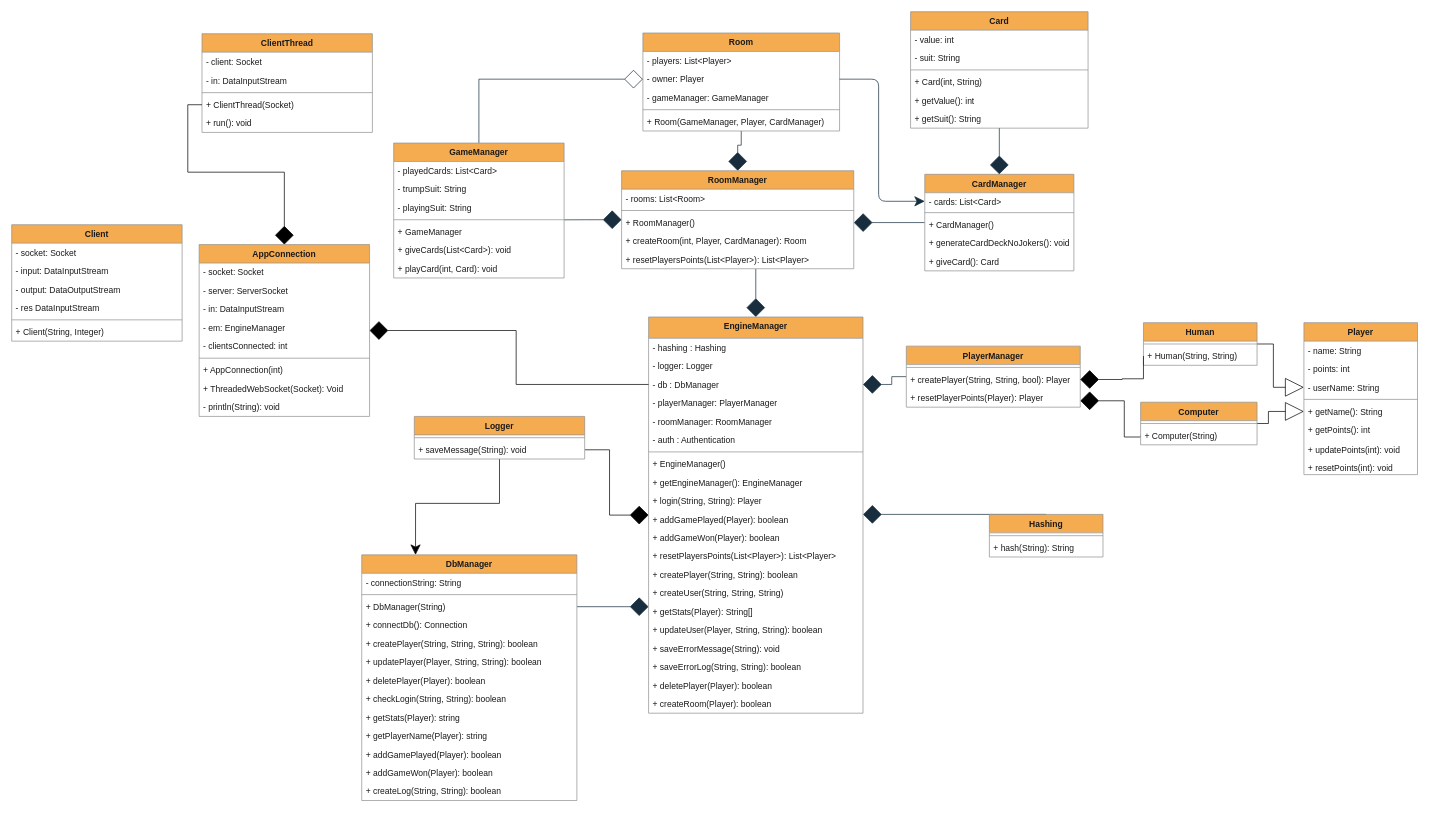
This is Diagrammer/Filer/Klasse Diagram.drawio from Olivervesth/KortKlubben, a draw.io file, before an edit. Source tidied: cells renumbered, new cells numbered last; positions are measured from the earlier drawing's top-left corner, leaving out a move shared by most shapes. Both pictures are drawn from the tidied source at 71%, with x=0, y=0 at pixel (11, 11).
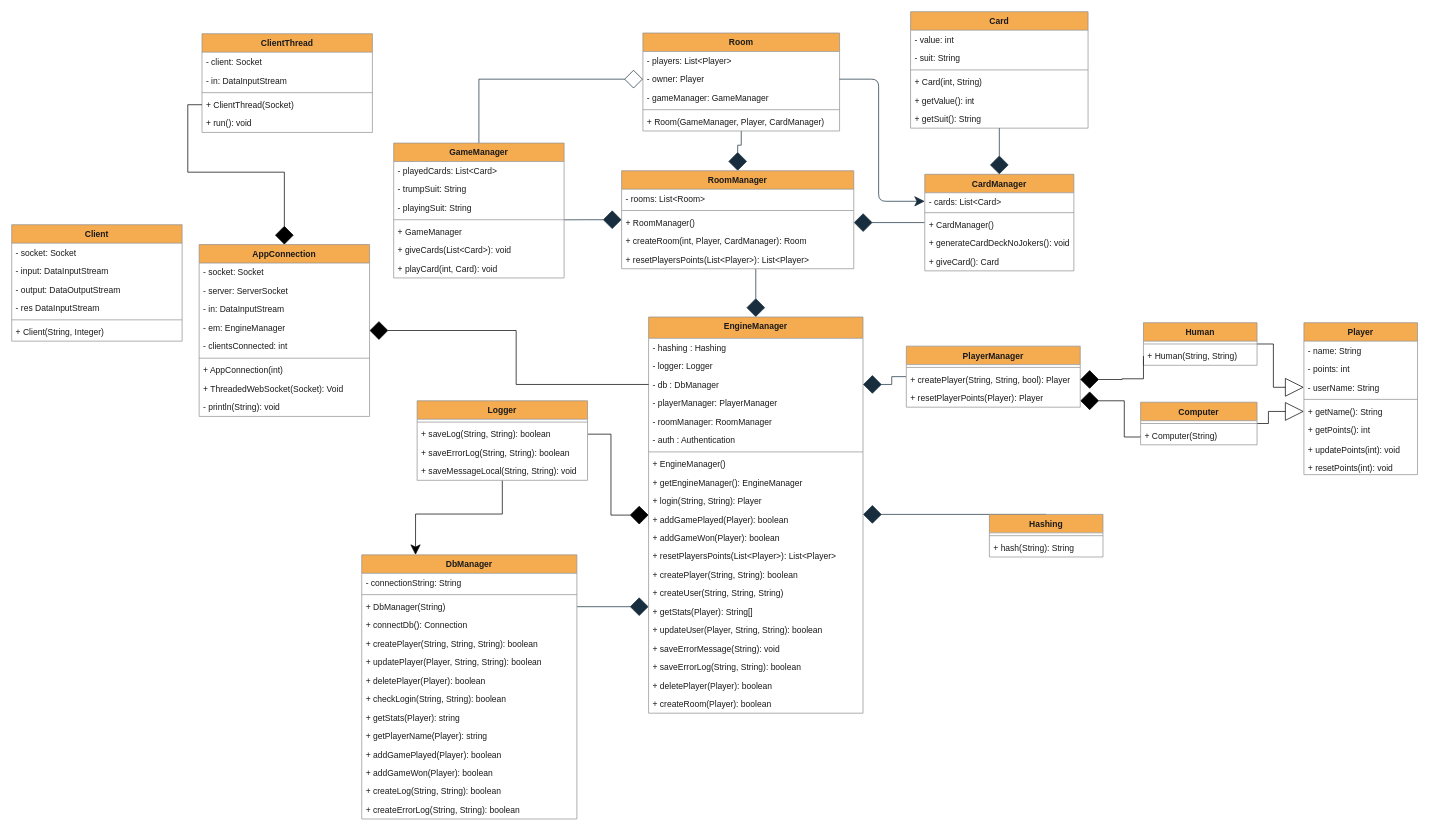
After the change.

Diff of the diagram source:
```diff
@@
     <mxCell id="66" value="DbManager" style="swimlane;fontStyle=1;align=center;verticalAlign=top;horizontal=1;startSize=26;fillColor=#F5AB50;strokeColor=#909090;fontColor=#1A1A1A;rounded=0;swimlaneFillColor=default;" parent="1" vertex="1">
-      <mxGeometry x="493" y="765" width="303" height="346" as="geometry" />
+      <mxGeometry x="493" y="765" width="303" height="372" as="geometry" />
     </mxCell>
@@
+    <mxCell id="137" value="+ createErrorLog(String, String): boolean" style="text;strokeColor=none;fillColor=none;align=left;verticalAlign=top;spacingLeft=4;spacingRight=4;overflow=hidden;fontColor=#1A1A1A;rounded=0;" parent="66" vertex="1">
+      <mxGeometry y="346" width="303" height="26" as="geometry" />
+    </mxCell>
@@
     <mxCell id="108" value="Logger" style="swimlane;fontStyle=1;align=center;verticalAlign=top;horizontal=1;startSize=26;fillColor=#F5AB50;strokeColor=#909090;fontColor=#1A1A1A;rounded=0;swimlaneFillColor=default;" parent="1" vertex="1">
-      <mxGeometry x="567" y="570" width="240" height="60" as="geometry" />
+      <mxGeometry x="571" y="548" width="240" height="112" as="geometry" />
     </mxCell>
@@
-    <mxCell id="110" value="+ saveMessage(String): void" style="text;strokeColor=none;fillColor=none;align=left;verticalAlign=top;spacingLeft=4;spacingRight=4;overflow=hidden;points=[[0,0.5],[1,0.5]];portConstraint=eastwest;fontColor=#1A1A1A;rounded=0;" parent="108" vertex="1">
+    <mxCell id="110" value="+ saveLog(String, String): boolean" style="text;strokeColor=none;fillColor=none;align=left;verticalAlign=top;spacingLeft=4;spacingRight=4;overflow=hidden;points=[[0,0.5],[1,0.5]];portConstraint=eastwest;fontColor=#1A1A1A;rounded=0;" parent="108" vertex="1">
       <mxGeometry y="34" width="240" height="26" as="geometry" />
     </mxCell>
+    <mxCell id="138" value="+ saveErrorLog(String, String): boolean" style="text;strokeColor=none;fillColor=none;align=left;verticalAlign=top;spacingLeft=4;spacingRight=4;overflow=hidden;fontColor=#1A1A1A;rounded=0;" parent="108" vertex="1">
+      <mxGeometry y="60" width="240" height="26" as="geometry" />
+    </mxCell>
+    <mxCell id="139" value="+ saveMessageLocal(String, String): void" style="text;strokeColor=none;fillColor=none;align=left;verticalAlign=top;spacingLeft=4;spacingRight=4;overflow=hidden;fontColor=#1A1A1A;rounded=0;" parent="108" vertex="1">
+      <mxGeometry y="86" width="240" height="26" as="geometry" />
+    </mxCell>
```
